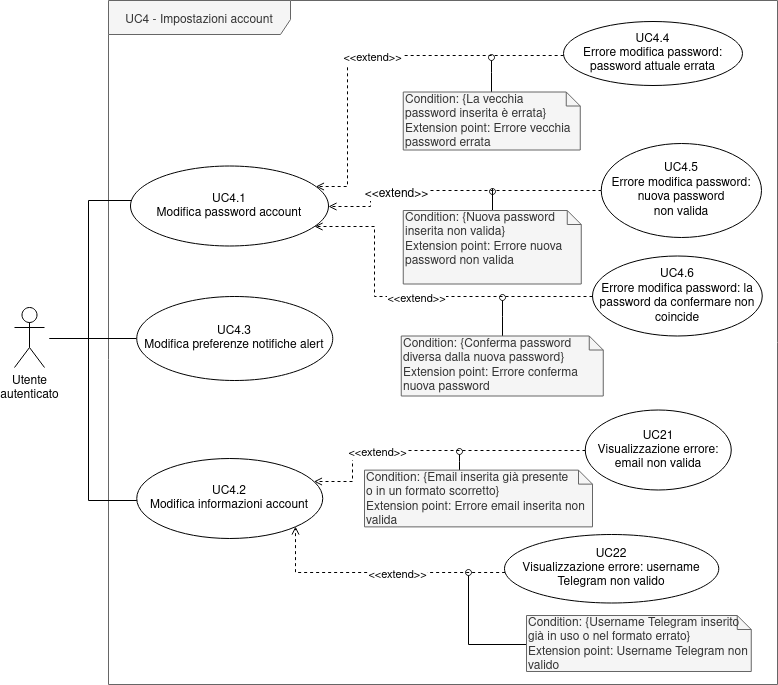
Earlier version of the draw.io export esterni/analisi_requisiti/res/images/uc4.png (RedRoundRobin/swe-docs). Source tidied: cells renumbered, new cells last; positions are measured from the earlier drawing's top-left corner, leaving out a move shared by most shapes.
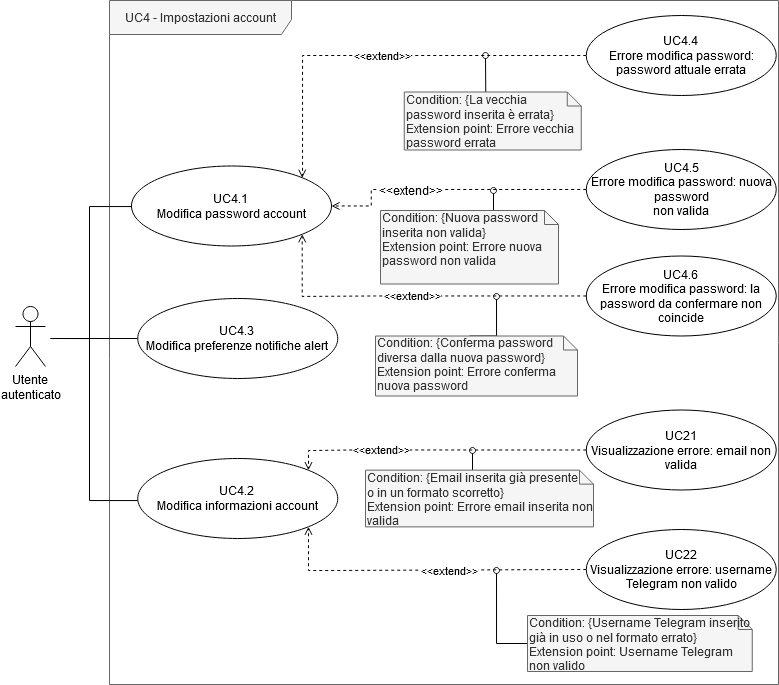
The same file after the commit.

The edit, as a diff of the source:
```diff
@@ -5,12 +5,13 @@
     <mxCell id="2" value="UC4 - Impostazioni account" style="shape=umlFrame;whiteSpace=wrap;html=1;strokeColor=#666666;width=182;height=34;fillColor=#f5f5f5;fontColor=#333333;" parent="1" vertex="1">
       <mxGeometry x="94" width="669" height="684" as="geometry" />
     </mxCell>
-    <mxCell id="3" style="edgeStyle=orthogonalEdgeStyle;rounded=0;jettySize=auto;html=1;endArrow=none;endFill=0;" parent="1" edge="1" target="6">
+    <mxCell id="3" style="edgeStyle=orthogonalEdgeStyle;rounded=0;jettySize=auto;html=1;endArrow=none;endFill=0;entryX=0;entryY=0.5;entryDx=0;entryDy=0;" parent="1" edge="1" target="6">
       <mxGeometry relative="1" as="geometry">
         <mxPoint x="35" y="338" as="sourcePoint" />
         <Array as="points">
           <mxPoint x="74" y="338" />
-          <mxPoint x="74" y="200" />
+          <mxPoint x="74" y="206" />
+          <mxPoint x="116" y="206" />
         </Array>
       </mxGeometry>
     </mxCell>
@@ -24,21 +25,23 @@
       </mxGeometry>
     </mxCell>
     <mxCell id="5" value="Utente&lt;br&gt;autenticato" style="shape=umlActor;verticalLabelPosition=bottom;labelBackgroundColor=#ffffff;verticalAlign=top;html=1;" parent="1" vertex="1">
-      <mxGeometry y="307" width="30" height="60" as="geometry" />
+      <mxGeometry y="306" width="30" height="60" as="geometry" />
     </mxCell>
     <mxCell id="6" value="UC4.1&lt;br&gt;Modifica password account" style="ellipse;whiteSpace=wrap;html=1;" parent="1" vertex="1">
-      <mxGeometry x="116" y="165.5" width="198" height="80" as="geometry" />
+      <mxGeometry x="116" y="165.5" width="200" height="80" as="geometry" />
     </mxCell>
-    <mxCell id="7" value="&amp;lt;&amp;lt;extend&amp;gt;&amp;gt;" style="edgeStyle=orthogonalEdgeStyle;rounded=0;jettySize=auto;html=1;endArrow=open;endFill=0;dashed=1;" parent="1" edge="1" source="8" target="6">
-      <mxGeometry x="0.01" relative="1" as="geometry">
+    <mxCell id="7" value="&amp;lt;&amp;lt;extend&amp;gt;&amp;gt;" style="edgeStyle=orthogonalEdgeStyle;rounded=0;orthogonalLoop=1;jettySize=auto;html=1;endArrow=open;endFill=0;dashed=1;entryX=1;entryY=0;entryDx=0;entryDy=0;exitX=0;exitY=0.5;exitDx=0;exitDy=0;" parent="1" edge="1">
+      <mxGeometry relative="1" as="geometry">
+        <mxPoint x="570.8" y="55" as="sourcePoint" />
+        <mxPoint x="286.7" y="177.2" as="targetPoint" />
         <Array as="points">
-          <mxPoint x="332.8" y="54.5" />
-          <mxPoint x="332.8" y="185.5" />
+          <mxPoint x="287" y="55" />
+          <mxPoint x="287" y="177" />
         </Array>
       </mxGeometry>
     </mxCell>
     <mxCell id="8" value="UC4.4&lt;br&gt;Errore modifica password: password attuale errata" style="ellipse;whiteSpace=wrap;html=1;" parent="1" vertex="1">
-      <mxGeometry x="549" y="21" width="179" height="64" as="geometry" />
+      <mxGeometry x="570.8" y="15" width="190" height="80" as="geometry" />
     </mxCell>
     <mxCell id="9" style="edgeStyle=orthogonalEdgeStyle;rounded=0;jettySize=auto;html=1;dashed=1;endArrow=open;endFill=0;exitX=0;exitY=0.5;exitDx=0;exitDy=0;" parent="1" edge="1" source="28" target="6">
       <mxGeometry relative="1" as="geometry">
@@ -50,85 +53,94 @@
     </mxCell>
     <mxCell id="10" value="&amp;lt;&amp;lt;extend&amp;gt;&amp;gt;" style="text;html=1;align=center;verticalAlign=middle;labelBackgroundColor=#ffffff;" parent="9" vertex="1">
       <mxGeometry x="-0.09" y="1" relative="1" as="geometry">
-        <mxPoint x="-74" y="-1" as="offset" />
+        <mxPoint x="-53" y="-1" as="offset" />
       </mxGeometry>
     </mxCell>
     <mxCell id="11" value="UC4.6&lt;br&gt;Errore modifica password: la password da confermare non coincide" style="ellipse;whiteSpace=wrap;html=1;" parent="1" vertex="1">
-      <mxGeometry x="578" y="255.5" width="169.8" height="80" as="geometry" />
+      <mxGeometry x="570.8" y="255.5" width="190" height="80" as="geometry" />
     </mxCell>
-    <mxCell id="12" value="&amp;lt;&amp;lt;extend&amp;gt;&amp;gt;" style="edgeStyle=orthogonalEdgeStyle;rounded=0;jettySize=auto;html=1;dashed=1;endArrow=open;endFill=0;exitX=0;exitY=0.5;exitDx=0;exitDy=0;" parent="1" edge="1" source="13" target="17">
+    <mxCell id="12" value="&amp;lt;&amp;lt;extend&amp;gt;&amp;gt;" style="edgeStyle=orthogonalEdgeStyle;rounded=0;jettySize=auto;html=1;dashed=1;endArrow=open;endFill=0;exitX=0;exitY=0.5;exitDx=0;exitDy=0;entryX=1;entryY=0;entryDx=0;entryDy=0;" parent="1" edge="1" source="13" target="17">
       <mxGeometry x="0.38" relative="1" as="geometry">
         <Array as="points">
-          <mxPoint x="337.8" y="449.5" />
-          <mxPoint x="337.8" y="480.5" />
+          <mxPoint x="338" y="450" />
+          <mxPoint x="293" y="450" />
         </Array>
       </mxGeometry>
     </mxCell>
     <mxCell id="13" value="UC21&lt;br&gt;Visualizzazione errore: email non valida" style="ellipse;whiteSpace=wrap;html=1;" parent="1" vertex="1">
-      <mxGeometry x="570.8" y="409.5" width="146" height="80" as="geometry" />
+      <mxGeometry x="570.8" y="409.5" width="190" height="80" as="geometry" />
     </mxCell>
-    <mxCell id="14" value="&amp;lt;&amp;lt;extend&amp;gt;&amp;gt;" style="edgeStyle=orthogonalEdgeStyle;rounded=0;jettySize=auto;html=1;dashed=1;endArrow=open;endFill=0;" parent="1" edge="1" source="11" target="6">
+    <mxCell id="14" value="&amp;lt;&amp;lt;extend&amp;gt;&amp;gt;" style="edgeStyle=orthogonalEdgeStyle;rounded=0;jettySize=auto;html=1;dashed=1;endArrow=open;endFill=0;entryX=1;entryY=1;entryDx=0;entryDy=0;" parent="1" edge="1" source="11" target="6">
       <mxGeometry x="0.01" relative="1" as="geometry">
         <Array as="points">
-          <mxPoint x="359.8" y="295.5" />
-          <mxPoint x="359.8" y="225.5" />
+          <mxPoint x="360" y="296" />
+          <mxPoint x="287" y="296" />
         </Array>
       </mxGeometry>
     </mxCell>
-    <mxCell id="15" value="&amp;lt;&amp;lt;extend&amp;gt;&amp;gt;" style="edgeStyle=orthogonalEdgeStyle;rounded=0;jettySize=auto;html=1;dashed=1;endArrow=open;endFill=0;entryX=1;entryY=1;entryDx=0;entryDy=0;" parent="1" edge="1" source="16" target="17">
+    <mxCell id="15" value="&amp;lt;&amp;lt;extend&amp;gt;&amp;gt;" style="edgeStyle=orthogonalEdgeStyle;rounded=0;jettySize=auto;html=1;dashed=1;endArrow=open;endFill=0;entryX=1;entryY=1;entryDx=0;entryDy=0;exitX=0;exitY=0.5;exitDx=0;exitDy=0;" parent="1" edge="1" source="16" target="17">
       <mxGeometry x="-0.15" relative="1" as="geometry">
         <Array as="points">
-          <mxPoint x="281" y="572" />
+          <mxPoint x="293" y="570" />
         </Array>
       </mxGeometry>
     </mxCell>
     <mxCell id="16" value="UC22&lt;br&gt;Visualizzazione errore: username Telegram non valido" style="ellipse;whiteSpace=wrap;html=1;" parent="1" vertex="1">
-      <mxGeometry x="490" y="534" width="214.2" height="68.5" as="geometry" />
+      <mxGeometry x="570.8" y="529" width="190" height="80" as="geometry" />
     </mxCell>
     <mxCell id="17" value="UC4.2&lt;br&gt;Modifica informazioni account" style="ellipse;whiteSpace=wrap;html=1;" parent="1" vertex="1">
-      <mxGeometry x="122.2" y="458" width="186" height="80" as="geometry" />
+      <mxGeometry x="122.2" y="458" width="200" height="80" as="geometry" />
     </mxCell>
-    <mxCell id="18" style="edgeStyle=orthogonalEdgeStyle;rounded=0;jettySize=auto;html=1;endArrow=oval;endFill=0;" parent="1" edge="1" source="19">
+    <mxCell id="18" style="edgeStyle=orthogonalEdgeStyle;rounded=0;jettySize=auto;html=1;endArrow=oval;endFill=0;exitX=0;exitY=0;exitDx=81.5;exitDy=0;exitPerimeter=0;" parent="1" edge="1" source="19">
       <mxGeometry relative="1" as="geometry">
-        <mxPoint x="477" y="57" as="targetPoint" />
+        <mxPoint x="470" y="55" as="targetPoint" />
+        <Array as="points">
+          <mxPoint x="470" y="91" />
+        </Array>
       </mxGeometry>
     </mxCell>
     <mxCell id="19" value="&lt;div&gt;Condition: {La vecchia &lt;br&gt;&lt;/div&gt;&lt;div&gt;password inserita è errata}&lt;/div&gt;Extension point: Errore vecchia password errata" style="shape=note;whiteSpace=wrap;html=1;size=14;verticalAlign=top;align=left;spacingTop=-6;fillColor=#f5f5f5;strokeColor=#666666;fontColor=#333333;" parent="1" vertex="1">
       <mxGeometry x="388.8" y="91.5" width="177" height="58" as="geometry" />
     </mxCell>
-    <mxCell id="20" style="edgeStyle=orthogonalEdgeStyle;rounded=0;jettySize=auto;html=1;endArrow=oval;endFill=0;" parent="1" edge="1" source="21">
+    <mxCell id="20" style="edgeStyle=orthogonalEdgeStyle;rounded=0;jettySize=auto;html=1;endArrow=oval;endFill=0;exitX=0.5;exitY=0;exitDx=0;exitDy=0;exitPerimeter=0;" parent="1" edge="1" source="21">
       <mxGeometry relative="1" as="geometry">
-        <mxPoint x="478" y="191" as="targetPoint" />
+        <mxPoint x="478" y="190" as="targetPoint" />
+        <Array as="points">
+          <mxPoint x="478" y="210" />
+        </Array>
       </mxGeometry>
     </mxCell>
     <mxCell id="21" value="&lt;div&gt;Condition: {Nuova password inserita non valida}&lt;/div&gt;Extension point: Errore nuova password non valida" style="shape=note;whiteSpace=wrap;html=1;size=14;verticalAlign=top;align=left;spacingTop=-6;fillColor=#f5f5f5;strokeColor=#666666;fontColor=#333333;" parent="1" vertex="1">
-      <mxGeometry x="388.8" y="210" width="178" height="73.5" as="geometry" />
+      <mxGeometry x="365" y="210" width="178" height="73.5" as="geometry" />
     </mxCell>
-    <mxCell id="22" style="edgeStyle=orthogonalEdgeStyle;rounded=0;jettySize=auto;html=1;endArrow=oval;endFill=0;" parent="1" edge="1" source="23">
+    <mxCell id="22" style="edgeStyle=orthogonalEdgeStyle;rounded=0;jettySize=auto;html=1;endArrow=oval;endFill=0;exitX=0;exitY=0;exitDx=94;exitDy=0;exitPerimeter=0;" parent="1" edge="1" source="23">
       <mxGeometry relative="1" as="geometry">
-        <mxPoint x="488" y="297" as="targetPoint" />
+        <mxPoint x="481" y="296" as="targetPoint" />
+        <Array as="points">
+          <mxPoint x="481" y="335" />
+        </Array>
       </mxGeometry>
     </mxCell>
     <mxCell id="23" value="Condition: {Conferma password diversa dalla nuova password}&lt;br&gt;Extension point: Errore conferma nuova password" style="shape=note;whiteSpace=wrap;html=1;size=14;verticalAlign=top;align=left;spacingTop=-6;fillColor=#f5f5f5;strokeColor=#666666;fontColor=#333333;" parent="1" vertex="1">
-      <mxGeometry x="386.8" y="335.5" width="202" height="60" as="geometry" />
+      <mxGeometry x="360" y="335.5" width="202" height="60" as="geometry" />
     </mxCell>
-    <mxCell id="24" style="edgeStyle=orthogonalEdgeStyle;rounded=0;jettySize=auto;html=1;endArrow=oval;endFill=0;" parent="1" edge="1" source="25">
+    <mxCell id="24" style="edgeStyle=orthogonalEdgeStyle;rounded=0;jettySize=auto;html=1;endArrow=oval;endFill=0;exitX=0;exitY=0;exitDx=107;exitDy=0;exitPerimeter=0;" parent="1" edge="1" source="25">
       <mxGeometry relative="1" as="geometry">
-        <mxPoint x="444.8" y="450.5" as="targetPoint" />
+        <mxPoint x="457" y="450" as="targetPoint" />
         <Array as="points">
-          <mxPoint x="445" y="461" />
-          <mxPoint x="445" y="461" />
+          <mxPoint x="457" y="470" />
+          <mxPoint x="457" y="470" />
         </Array>
       </mxGeometry>
     </mxCell>
     <mxCell id="25" value="&lt;div&gt;Condition: {Email inserita già presente &lt;br&gt;&lt;/div&gt;&lt;div&gt;o in un formato scorretto}&lt;/div&gt;Extension point: Errore email inserita non valida" style="shape=note;whiteSpace=wrap;html=1;size=14;verticalAlign=top;align=left;spacingTop=-6;fillColor=#f5f5f5;strokeColor=#666666;fontColor=#333333;" parent="1" vertex="1">
       <mxGeometry x="350" y="469.6" width="228" height="56.8" as="geometry" />
     </mxCell>
-    <mxCell id="26" style="edgeStyle=orthogonalEdgeStyle;rounded=0;jettySize=auto;html=1;endArrow=oval;endFill=0;" parent="1" edge="1" source="27">
+    <mxCell id="26" style="edgeStyle=orthogonalEdgeStyle;rounded=0;jettySize=auto;html=1;endArrow=oval;endFill=0;exitX=0;exitY=0.5;exitDx=0;exitDy=0;exitPerimeter=0;" parent="1" edge="1" source="27">
       <mxGeometry relative="1" as="geometry">
-        <mxPoint x="453.8" y="571.5" as="targetPoint" />
+        <mxPoint x="481" y="570" as="targetPoint" />
         <Array as="points">
-          <mxPoint x="454" y="644" />
+          <mxPoint x="481" y="643" />
         </Array>
       </mxGeometry>
     </mxCell>
@@ -136,15 +148,18 @@
       <mxGeometry x="512" y="615" width="224.8" height="56" as="geometry" />
     </mxCell>
     <mxCell id="28" value="&lt;div&gt;UC4.5&lt;/div&gt;&lt;div&gt;Errore modifica password: nuova password &lt;/div&gt;&lt;div&gt;non valida&lt;/div&gt;" style="ellipse;whiteSpace=wrap;html=1;" parent="1" vertex="1">
-      <mxGeometry x="586.8" y="143" width="160.2" height="94" as="geometry" />
+      <mxGeometry x="570.8" y="149" width="190" height="80" as="geometry" />
     </mxCell>
-    <mxCell id="29" style="edgeStyle=orthogonalEdgeStyle;rounded=0;jettySize=auto;html=1;endArrow=none;endFill=0;" parent="1" edge="1" source="30">
+    <mxCell id="29" style="edgeStyle=orthogonalEdgeStyle;rounded=0;jettySize=auto;html=1;endArrow=none;endFill=0;exitX=0;exitY=0.5;exitDx=0;exitDy=0;" parent="1" edge="1" source="30">
       <mxGeometry relative="1" as="geometry">
-        <mxPoint x="72" y="338" as="targetPoint" />
+        <mxPoint x="36" y="338" as="targetPoint" />
+        <Array as="points">
+          <mxPoint x="122" y="338" />
+        </Array>
       </mxGeometry>
     </mxCell>
     <mxCell id="30" value="UC4.3&lt;br&gt;Modifica preferenze notifiche alert" style="ellipse;whiteSpace=wrap;html=1;" parent="1" vertex="1">
-      <mxGeometry x="122.2" y="296" width="196" height="84" as="geometry" />
+      <mxGeometry x="122.2" y="298" width="200" height="80" as="geometry" />
     </mxCell>
   </root>
 </mxGraphModel>
```
